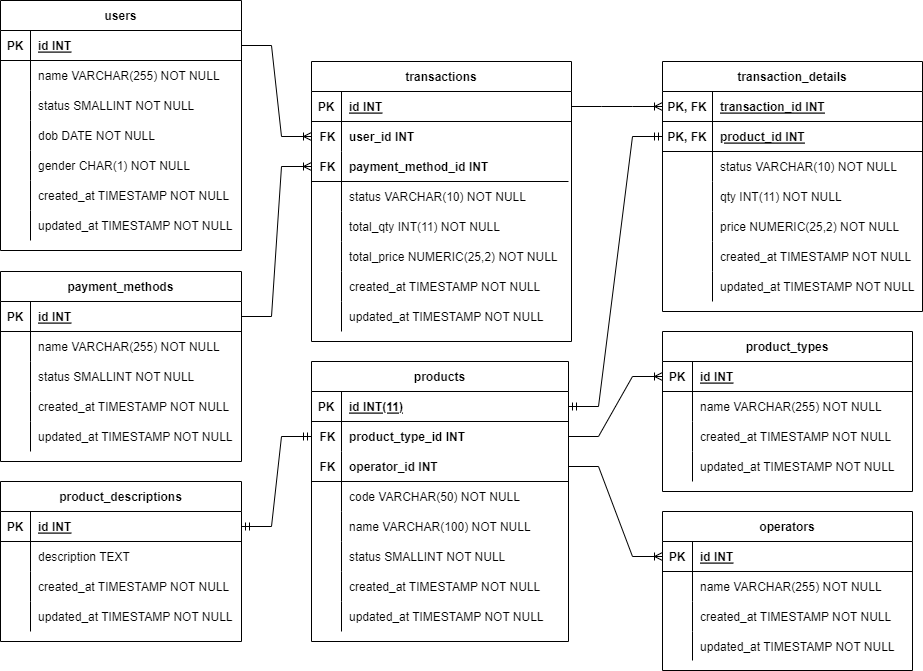
azkamuhamco/dataon-muhammad-azka-ramadhan keeps this draw.io diagram as 08 Introduction Database Management System, ERD, DDL/Part 1 - Schema Database.png. Above is the earlier version. Source tidied: cells renumbered, new cells last; positions are measured from the earlier drawing's top-left corner, leaving out a move shared by most shapes.
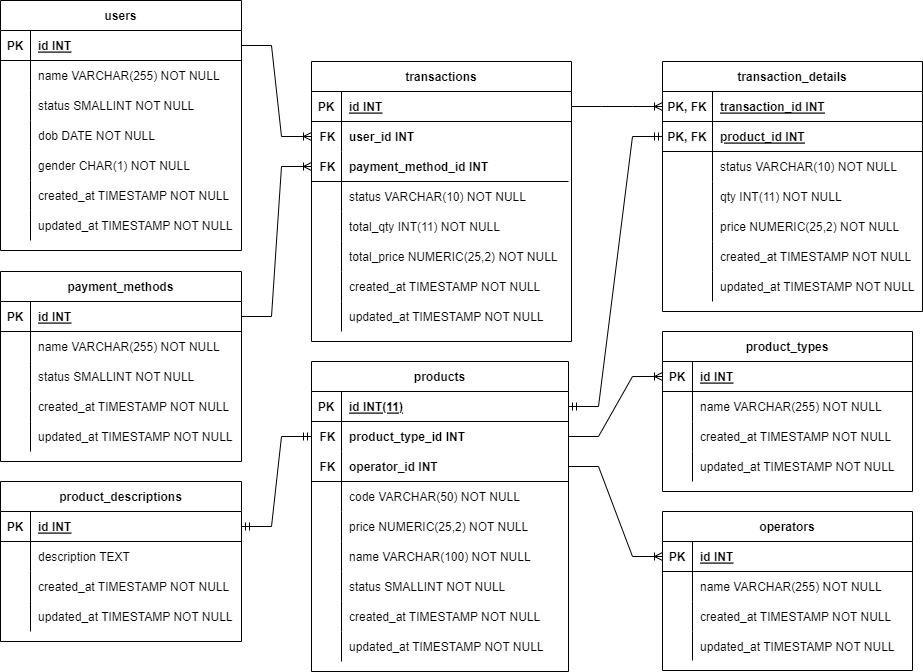
After the change.

Diff of the diagram source:
```diff
@@ -90,7 +90,7 @@
       <mxGeometry x="311" y="361" width="257" height="280" as="geometry" />
     </mxCell>
     <mxCell id="31" value="products" style="shape=table;startSize=30;rowLines=0;fontStyle=1;align=center;" parent="30" vertex="1">
-      <mxGeometry width="257" height="280" as="geometry" />
+      <mxGeometry width="257" height="310" as="geometry" />
     </mxCell>
     <mxCell id="32" style="shape=tableRow;horizontal=0;startSize=0;swimlaneHead=0;swimlaneBody=0;fillColor=none;points=[[0,0.5],[1,0.5]];portConstraint=eastwest;top=0;left=0;right=0;bottom=1;" parent="31" vertex="1">
       <mxGeometry y="30" width="257" height="30" as="geometry" />
@@ -128,8 +128,17 @@
     <mxCell id="43" value="code VARCHAR(50) NOT NULL" style="shape=partialRectangle;overflow=hidden;fillColor=none;align=left;top=0;left=0;bottom=0;right=0;spacingLeft=6;" parent="41" vertex="1">
       <mxGeometry x="30" width="227" height="30" as="geometry" />
     </mxCell>
+    <mxCell id="165" style="shape=tableRow;horizontal=0;startSize=0;swimlaneHead=0;swimlaneBody=0;fillColor=none;top=0;left=0;right=0;bottom=0;" parent="31" vertex="1">
+      <mxGeometry y="150" width="257" height="30" as="geometry" />
+    </mxCell>
+    <mxCell id="166" style="shape=partialRectangle;fillColor=none;top=0;left=0;bottom=0;right=0;overflow=hidden;" parent="165" vertex="1">
+      <mxGeometry width="30" height="30" as="geometry" />
+    </mxCell>
+    <mxCell id="167" value="price NUMERIC(25,2) NOT NULL" style="shape=partialRectangle;fillColor=none;top=0;left=0;bottom=0;right=0;align=left;spacingLeft=6;overflow=hidden;" parent="165" vertex="1">
+      <mxGeometry x="30" width="227" height="30" as="geometry" />
+    </mxCell>
     <mxCell id="44" style="shape=tableRow;horizontal=0;startSize=0;swimlaneHead=0;swimlaneBody=0;fillColor=none;top=0;left=0;right=0;bottom=0;" parent="31" vertex="1">
-      <mxGeometry y="150" width="257" height="30" as="geometry" />
+      <mxGeometry y="180" width="257" height="30" as="geometry" />
     </mxCell>
     <mxCell id="45" style="shape=partialRectangle;overflow=hidden;fillColor=none;top=0;left=0;bottom=0;right=0;" parent="44" vertex="1">
       <mxGeometry width="30" height="30" as="geometry" />
@@ -138,7 +147,7 @@
       <mxGeometry x="30" width="227" height="30" as="geometry" />
     </mxCell>
     <mxCell id="47" style="shape=tableRow;horizontal=0;startSize=0;swimlaneHead=0;swimlaneBody=0;fillColor=none;top=0;left=0;right=0;bottom=0;" parent="31" vertex="1">
-      <mxGeometry y="180" width="257" height="30" as="geometry" />
+      <mxGeometry y="210" width="257" height="30" as="geometry" />
     </mxCell>
     <mxCell id="48" style="shape=partialRectangle;overflow=hidden;fillColor=none;top=0;left=0;bottom=0;right=0;" parent="47" vertex="1">
       <mxGeometry width="30" height="30" as="geometry" />
@@ -147,7 +156,7 @@
       <mxGeometry x="30" width="227" height="30" as="geometry" />
     </mxCell>
     <mxCell id="50" style="shape=tableRow;horizontal=0;startSize=0;swimlaneHead=0;swimlaneBody=0;fillColor=none;top=0;left=0;right=0;bottom=0;" parent="31" vertex="1">
-      <mxGeometry y="210" width="257" height="30" as="geometry" />
+      <mxGeometry y="240" width="257" height="30" as="geometry" />
     </mxCell>
     <mxCell id="51" style="shape=partialRectangle;overflow=hidden;fillColor=none;top=0;left=0;bottom=0;right=0;" parent="50" vertex="1">
       <mxGeometry width="30" height="30" as="geometry" />
@@ -156,7 +165,7 @@
       <mxGeometry x="30" width="227" height="30" as="geometry" />
     </mxCell>
     <mxCell id="53" style="shape=tableRow;horizontal=0;startSize=0;swimlaneHead=0;swimlaneBody=0;fillColor=none;top=0;left=0;right=0;bottom=0;" parent="31" vertex="1">
-      <mxGeometry y="240" width="257" height="30" as="geometry" />
+      <mxGeometry y="270" width="257" height="30" as="geometry" />
     </mxCell>
     <mxCell id="54" style="shape=partialRectangle;overflow=hidden;fillColor=none;top=0;left=0;bottom=0;right=0;" parent="53" vertex="1">
       <mxGeometry width="30" height="30" as="geometry" />
```
